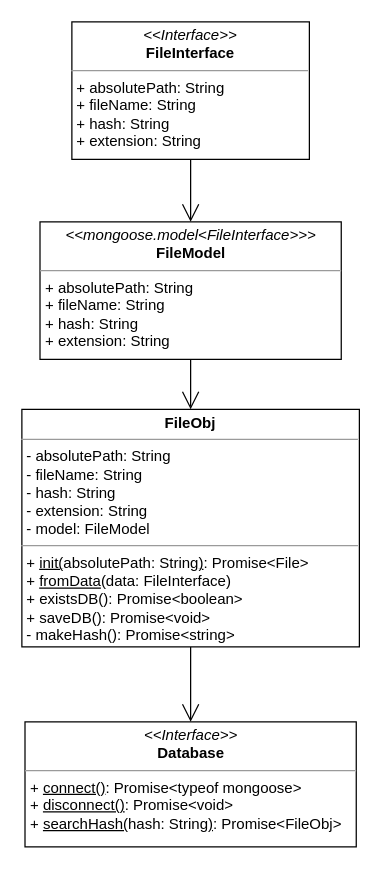
Above: bfs-core.drawio in jm0ran/bfs-core (draw.io), before the change. Source tidied: cells renumbered, new cells numbered last; positions are measured from the earlier drawing's top-left corner, leaving out a move shared by most shapes. Both pictures are drawn from the tidied source at 125%, with x=0, y=0 at pixel (21, 21).
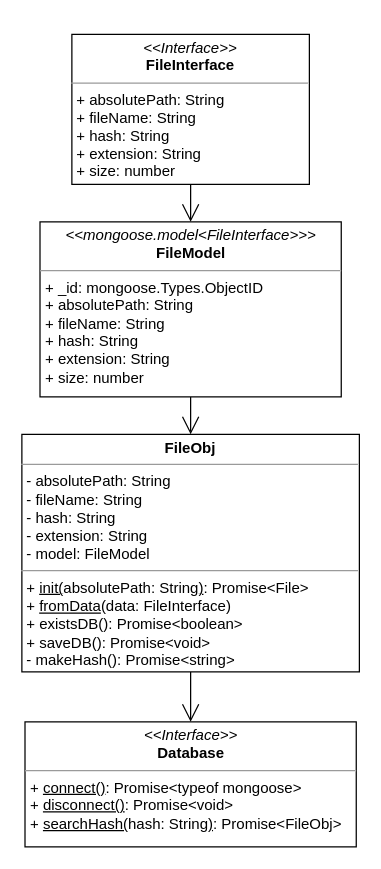
The same diagram, later.

Commit message:
Additions to UML Diagram

What changed in the source:
```diff
@@
 <mxGraphModel>
   <root>
     <mxCell id="0" />
     <mxCell id="1" parent="0" />
     <mxCell id="2" value="&lt;p style=&quot;margin: 0px ; margin-top: 4px ; text-align: center&quot;&gt;&lt;b&gt;FileObj&lt;/b&gt;&lt;/p&gt;&lt;hr size=&quot;1&quot;&gt;&lt;p style=&quot;margin: 0px ; margin-left: 4px&quot;&gt;- absolutePath: String&lt;br&gt;- fileName: String&lt;/p&gt;&lt;p style=&quot;margin: 0px ; margin-left: 4px&quot;&gt;- hash: String&lt;/p&gt;&lt;p style=&quot;margin: 0px ; margin-left: 4px&quot;&gt;- extension: String&lt;/p&gt;&lt;p style=&quot;margin: 0px ; margin-left: 4px&quot;&gt;- model: FileModel&lt;/p&gt;&lt;hr size=&quot;1&quot;&gt;&lt;p style=&quot;margin: 0px ; margin-left: 4px&quot;&gt;&lt;span&gt;+ &lt;/span&gt;&lt;u&gt;init(&lt;/u&gt;&lt;span&gt;absolutePath: String&lt;/span&gt;&lt;u&gt;)&lt;/u&gt;&lt;span&gt;: Promise&amp;lt;File&amp;gt;&lt;/span&gt;&lt;br&gt;&lt;/p&gt;&lt;p style=&quot;margin: 0px ; margin-left: 4px&quot;&gt;+ &lt;u&gt;fromData&lt;/u&gt;(data: FileInterface)&lt;/p&gt;&lt;p style=&quot;margin: 0px ; margin-left: 4px&quot;&gt;+ existsDB(): Promise&amp;lt;boolean&amp;gt;&lt;/p&gt;&lt;p style=&quot;margin: 0px ; margin-left: 4px&quot;&gt;+ saveDB(): Promise&amp;lt;void&amp;gt;&lt;/p&gt;&lt;p style=&quot;margin: 0px 0px 0px 4px&quot;&gt;- makeHash(): Promise&amp;lt;string&amp;gt;&lt;/p&gt;&lt;div&gt;&lt;br&gt;&lt;/div&gt;&lt;p style=&quot;margin: 0px ; margin-left: 4px&quot;&gt;&lt;br&gt;&lt;/p&gt;" style="verticalAlign=top;align=left;overflow=fill;fontSize=12;fontFamily=Helvetica;html=1;" parent="1" vertex="1">
-      <mxGeometry y="310" width="270" height="190" as="geometry" />
+      <mxGeometry y="330" width="270" height="190" as="geometry" />
     </mxCell>
-    <mxCell id="3" value="&lt;p style=&quot;margin: 0px ; margin-top: 4px ; text-align: center&quot;&gt;&lt;i&gt;&amp;lt;&amp;lt;mongoose.model&amp;lt;FileInterface&amp;gt;&amp;gt;&amp;gt;&lt;/i&gt;&lt;br&gt;&lt;b&gt;FileModel&lt;/b&gt;&lt;/p&gt;&lt;hr size=&quot;1&quot;&gt;&lt;p style=&quot;margin: 0px ; margin-left: 4px&quot;&gt;+ absolutePath: String&lt;/p&gt;&lt;p style=&quot;margin: 0px ; margin-left: 4px&quot;&gt;+ fileName: String&lt;br&gt;+ hash: String&lt;/p&gt;&lt;p style=&quot;margin: 0px ; margin-left: 4px&quot;&gt;+ extension: String&lt;/p&gt;&lt;p style=&quot;margin: 0px ; margin-left: 4px&quot;&gt;&lt;br&gt;&lt;/p&gt;" style="verticalAlign=top;align=left;overflow=fill;fontSize=12;fontFamily=Helvetica;html=1;" parent="1" vertex="1">
-      <mxGeometry x="14.5" y="160" width="241" height="110" as="geometry" />
+    <mxCell id="3" value="&lt;p style=&quot;margin: 0px ; margin-top: 4px ; text-align: center&quot;&gt;&lt;i&gt;&amp;lt;&amp;lt;mongoose.model&amp;lt;FileInterface&amp;gt;&amp;gt;&amp;gt;&lt;/i&gt;&lt;br&gt;&lt;b&gt;FileModel&lt;/b&gt;&lt;/p&gt;&lt;hr size=&quot;1&quot;&gt;&lt;p style=&quot;margin: 0px ; margin-left: 4px&quot;&gt;+ _id: mongoose.Types.ObjectID&lt;/p&gt;&lt;p style=&quot;margin: 0px ; margin-left: 4px&quot;&gt;+ absolutePath: String&lt;/p&gt;&lt;p style=&quot;margin: 0px ; margin-left: 4px&quot;&gt;+ fileName: String&lt;br&gt;+ hash: String&lt;/p&gt;&lt;p style=&quot;margin: 0px ; margin-left: 4px&quot;&gt;+ extension: String&lt;/p&gt;&lt;p style=&quot;margin: 0px ; margin-left: 4px&quot;&gt;+ size: number&lt;/p&gt;" style="verticalAlign=top;align=left;overflow=fill;fontSize=12;fontFamily=Helvetica;html=1;" parent="1" vertex="1">
+      <mxGeometry x="14.5" y="160" width="241" height="140" as="geometry" />
     </mxCell>
-    <mxCell id="4" value="&lt;p style=&quot;margin: 0px ; margin-top: 4px ; text-align: center&quot;&gt;&lt;i&gt;&amp;lt;&amp;lt;Interface&amp;gt;&amp;gt;&lt;/i&gt;&lt;br&gt;&lt;b&gt;FileInterface&lt;/b&gt;&lt;/p&gt;&lt;hr size=&quot;1&quot;&gt;&lt;p style=&quot;margin: 0px ; margin-left: 4px&quot;&gt;+ absolutePath: String&lt;br&gt;+ fileName: String&lt;/p&gt;&lt;p style=&quot;margin: 0px 0px 0px 4px&quot;&gt;+ hash: String&lt;/p&gt;&lt;p style=&quot;margin: 0px 0px 0px 4px&quot;&gt;+ extension: String&lt;/p&gt;" style="verticalAlign=top;align=left;overflow=fill;fontSize=12;fontFamily=Helvetica;html=1;" parent="1" vertex="1">
-      <mxGeometry x="40" width="190" height="110" as="geometry" />
+    <mxCell id="4" value="&lt;p style=&quot;margin: 0px ; margin-top: 4px ; text-align: center&quot;&gt;&lt;i&gt;&amp;lt;&amp;lt;Interface&amp;gt;&amp;gt;&lt;/i&gt;&lt;br&gt;&lt;b&gt;FileInterface&lt;/b&gt;&lt;/p&gt;&lt;hr size=&quot;1&quot;&gt;&lt;p style=&quot;margin: 0px ; margin-left: 4px&quot;&gt;+ absolutePath: String&lt;br&gt;+ fileName: String&lt;/p&gt;&lt;p style=&quot;margin: 0px 0px 0px 4px&quot;&gt;+ hash: String&lt;/p&gt;&lt;p style=&quot;margin: 0px 0px 0px 4px&quot;&gt;+ extension: String&lt;/p&gt;&lt;p style=&quot;margin: 0px 0px 0px 4px&quot;&gt;+ size: number&lt;/p&gt;&lt;p style=&quot;margin: 0px 0px 0px 4px&quot;&gt;&lt;br&gt;&lt;/p&gt;" style="verticalAlign=top;align=left;overflow=fill;fontSize=12;fontFamily=Helvetica;html=1;" parent="1" vertex="1">
+      <mxGeometry x="40" y="10" width="190" height="120" as="geometry" />
     </mxCell>
     <mxCell id="5" style="endArrow=open;endFill=1;endSize=12;html=1;rounded=0;exitX=0.5;exitY=1;exitDx=0;exitDy=0;entryX=0.5;entryY=0;entryDx=0;entryDy=0;" parent="1" edge="1" source="4" target="3">
       <mxGeometry relative="1" as="geometry" />
     </mxCell>
     <mxCell id="6" style="endArrow=open;endFill=1;endSize=12;html=1;rounded=0;exitX=0.5;exitY=1;exitDx=0;exitDy=0;entryX=0.5;entryY=0;entryDx=0;entryDy=0;" parent="1" edge="1" source="3" target="2">
       <mxGeometry relative="1" as="geometry" />
     </mxCell>
     <mxCell id="7" value="&lt;p style=&quot;margin: 0px ; margin-top: 4px ; text-align: center&quot;&gt;&lt;i&gt;&amp;lt;&amp;lt;Interface&amp;gt;&amp;gt;&lt;/i&gt;&lt;br&gt;&lt;b&gt;Database&lt;/b&gt;&lt;/p&gt;&lt;hr size=&quot;1&quot;&gt;&lt;p style=&quot;margin: 0px ; margin-left: 4px&quot;&gt;&lt;span&gt;+ &lt;u&gt;connect()&lt;/u&gt;: Promise&amp;lt;typeof mongoose&amp;gt;&lt;/span&gt;&lt;br&gt;&lt;/p&gt;&lt;p style=&quot;margin: 0px ; margin-left: 4px&quot;&gt;+ &lt;u&gt;disconnect()&lt;/u&gt;: Promise&amp;lt;void&amp;gt;&lt;/p&gt;&lt;p style=&quot;margin: 0px ; margin-left: 4px&quot;&gt;+ &lt;u&gt;searchHash(&lt;/u&gt;hash: String&lt;u&gt;)&lt;/u&gt;: Promise&amp;lt;FileObj&amp;gt;&lt;/p&gt;" style="verticalAlign=top;align=left;overflow=fill;fontSize=12;fontFamily=Helvetica;html=1;" parent="1" vertex="1">
       <mxGeometry x="2.5" y="560" width="265" height="100" as="geometry" />
     </mxCell>
     <mxCell id="8" style="endArrow=open;endFill=1;endSize=12;html=1;rounded=0;exitX=0.5;exitY=1;exitDx=0;exitDy=0;entryX=0.5;entryY=0;entryDx=0;entryDy=0;" parent="1" edge="1" source="2" target="7">
       <mxGeometry relative="1" as="geometry" />
     </mxCell>
   </root>
 </mxGraphModel>
```
